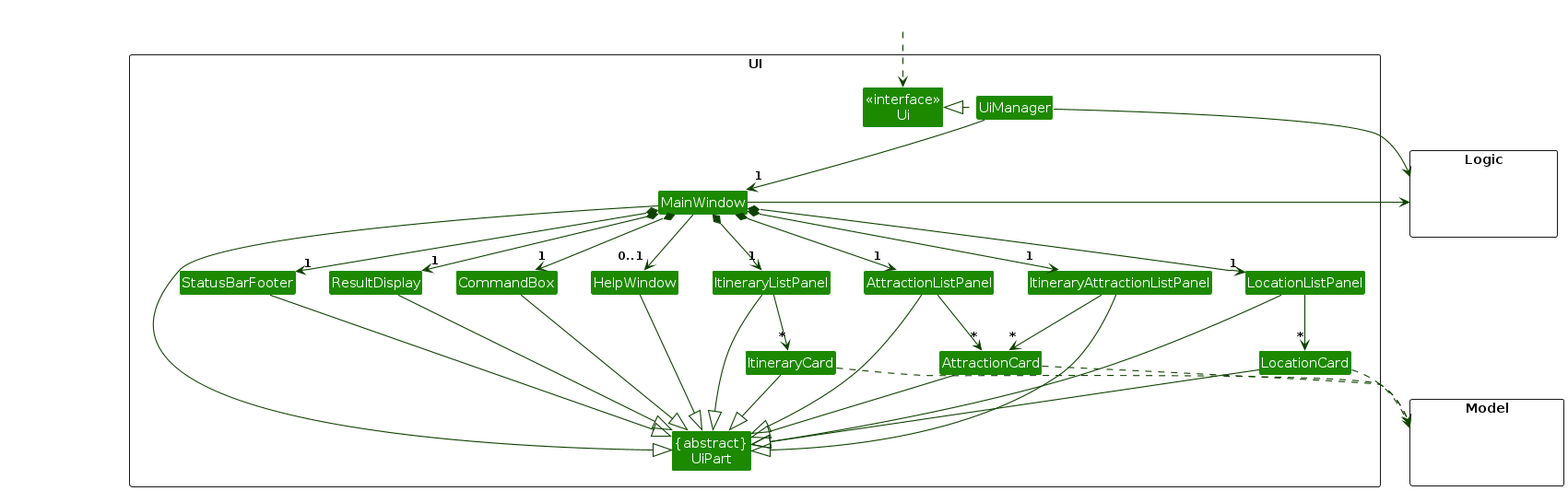
AY2526S1-CS2103T-W12-1/tp keeps this PlantUML diagram as diagrams/UiClassDiagram.png. Above is the earlier version. Its source is kept beside it as diagrams/UiClassDiagram.puml.
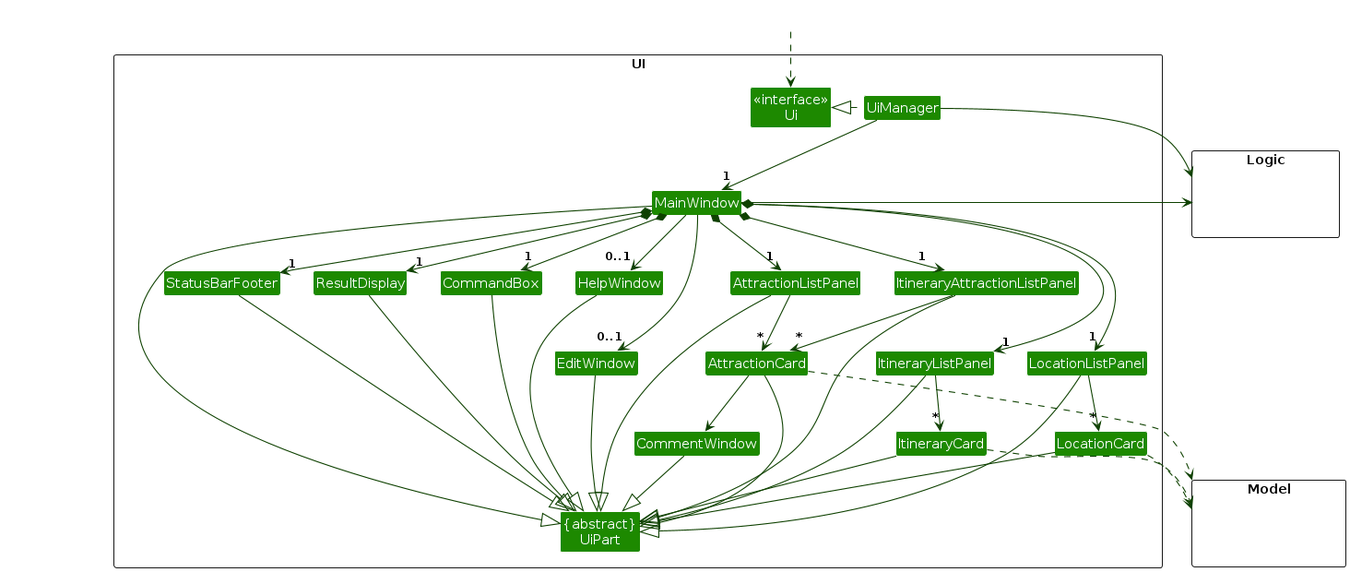
The same diagram one commit later.

The edit, as a diff of the source:
```diff
@@ -14,9 +14,11 @@
   Class ResultDisplay
   Class CommandBox
   Class StatusBarFooter
+  Class EditWindow
 
   Class AttractionListPanel
   Class AttractionCard
+  Class CommentWindow
 
   Class ItineraryListPanel
   Class ItineraryAttractionListPanel
@@ -50,15 +52,19 @@
 LocationCard --|> UiPart
 StatusBarFooter --|> UiPart
 HelpWindow --|> UiPart
+EditWindow --|> UiPart
+CommentWindow --|> UiPart
 
 UiManager -down-> "1" MainWindow
 MainWindow *-down-> "1" CommandBox
 MainWindow *-down-> "1" ResultDisplay
 MainWindow *-down-> "1" StatusBarFooter
 MainWindow --> "0..1" HelpWindow
+MainWindow --> "0..1" EditWindow
 
 MainWindow *--> "1" AttractionListPanel
 AttractionListPanel -down-> "*" AttractionCard
+AttractionCard --> CommentWindow
 
 MainWindow *--> "1" ItineraryListPanel
 MainWindow *--> "1" ItineraryAttractionListPanel
```
